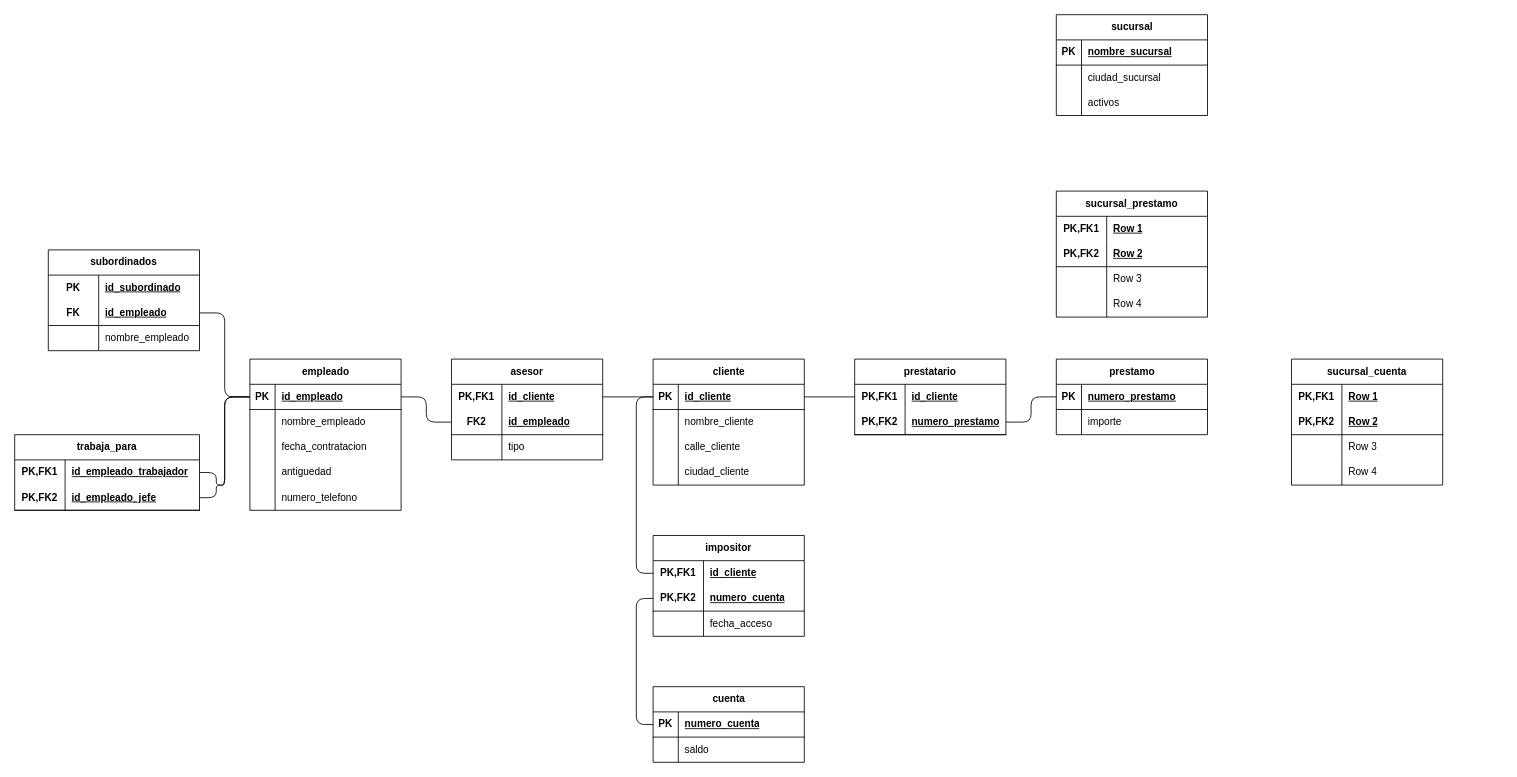
Above: Activity-Relational-Diagram.drawio in xmr-p/DatabaseCharts (draw.io), before the change. Source tidied: cells renumbered, new cells numbered last; positions are measured from the earlier drawing's top-left corner, leaving out a move shared by most shapes. Both pictures are drawn from the tidied source at 84%, with x=0, y=0 at pixel (14, 14).
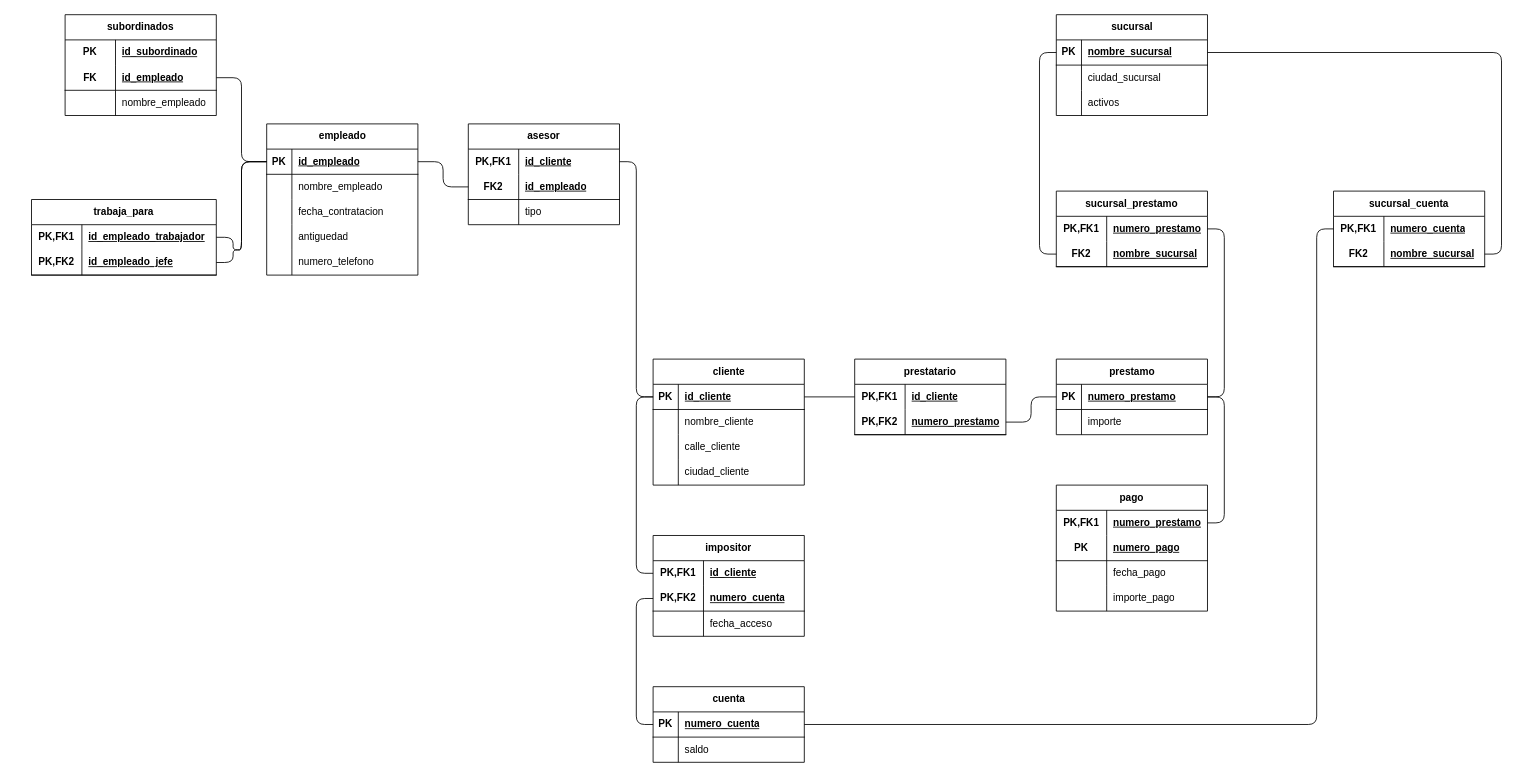
Above is the later version.

The change refers to these unchanged cells:
```xml
<mxCell id="16" style="shape=tableRow;horizontal=0;startSize=0;swimlaneHead=0;swimlaneBody=0;fillColor=none;points=[[0,0.5],[1,0.5]];portConstraint=eastwest;top=0;left=0;right=0;bottom=1;" parent="15" vertex="1">
  <mxGeometry y="30" width="180" height="30" as="geometry" />
</mxCell>
<mxCell id="40" style="shape=tableRow;horizontal=0;startSize=0;swimlaneHead=0;swimlaneBody=0;fillColor=none;points=[[0,0.5],[1,0.5]];portConstraint=eastwest;top=0;left=0;right=0;bottom=1;" parent="39" vertex="1">
  <mxGeometry y="30" width="180" height="30" as="geometry" />
</mxCell>
<mxCell id="66" style="shape=tableRow;horizontal=0;startSize=0;swimlaneHead=0;swimlaneBody=0;fillColor=none;points=[[0,0.5],[1,0.5]];portConstraint=eastwest;top=0;left=0;right=0;bottom=1;" parent="65" vertex="1">
  <mxGeometry y="30" width="180" height="30" as="geometry" />
</mxCell>
<mxCell id="73" style="shape=tableRow;horizontal=0;startSize=0;swimlaneHead=0;swimlaneBody=0;fillColor=none;points=[[0,0.5],[1,0.5]];portConstraint=eastwest;top=0;left=0;right=0;bottom=1;" parent="72" vertex="1">
  <mxGeometry y="30" width="180" height="30" as="geometry" />
</mxCell>
<mxCell id="83" style="shape=tableRow;horizontal=0;startSize=0;swimlaneHead=0;swimlaneBody=0;fillColor=none;points=[[0,0.5],[1,0.5]];portConstraint=eastwest;top=0;left=0;right=0;bottom=0;html=1;" parent="82" vertex="1">
  <mxGeometry y="30" width="180" height="30" as="geometry" />
</mxCell>
<mxCell id="86" style="shape=tableRow;horizontal=0;startSize=0;swimlaneHead=0;swimlaneBody=0;fillColor=none;points=[[0,0.5],[1,0.5]];portConstraint=eastwest;top=0;left=0;right=0;bottom=1;html=1;" parent="82" vertex="1">
  <mxGeometry y="60" width="180" height="30" as="geometry" />
</mxCell>
<mxCell id="96" style="shape=tableRow;horizontal=0;startSize=0;swimlaneHead=0;swimlaneBody=0;fillColor=none;points=[[0,0.5],[1,0.5]];portConstraint=eastwest;top=0;left=0;right=0;bottom=0;html=1;" parent="95" vertex="1">
  <mxGeometry y="30" width="180" height="30" as="geometry" />
</mxCell>
<mxCell id="99" style="shape=tableRow;horizontal=0;startSize=0;swimlaneHead=0;swimlaneBody=0;fillColor=none;points=[[0,0.5],[1,0.5]];portConstraint=eastwest;top=0;left=0;right=0;bottom=1;html=1;" parent="95" vertex="1">
  <mxGeometry y="60" width="180" height="30" as="geometry" />
</mxCell>
<mxCell id="110" style="shape=tableRow;horizontal=0;startSize=0;swimlaneHead=0;swimlaneBody=0;fillColor=none;points=[[0,0.5],[1,0.5]];portConstraint=eastwest;top=0;left=0;right=0;bottom=0;html=1;" parent="109" vertex="1">
  <mxGeometry y="30" width="220" height="30" as="geometry" />
</mxCell>
<mxCell id="113" style="shape=tableRow;horizontal=0;startSize=0;swimlaneHead=0;swimlaneBody=0;fillColor=none;points=[[0,0.5],[1,0.5]];portConstraint=eastwest;top=0;left=0;right=0;bottom=1;html=1;" parent="109" vertex="1">
  <mxGeometry y="60" width="220" height="30" as="geometry" />
</mxCell>
```

Change to the diagram source:
```diff
@@
     <mxCell id="29" value="asesor" style="shape=table;startSize=30;childLayout=tableLayout;rowLines=0;fontStyle=1;align=center;html=1;whiteSpace=wrap;" parent="1" vertex="1">
-      <mxGeometry x="520" y="410" width="180" height="120" as="geometry" />
+      <mxGeometry x="540" y="130" width="180" height="120" as="geometry" />
     </mxCell>
@@
     <mxCell id="39" value="empleado" style="shape=table;startSize=30;childLayout=tableLayout;rowLines=0;fontStyle=1;align=center;html=1;" parent="1" vertex="1">
-      <mxGeometry x="280" y="410" width="180" height="180" as="geometry" />
+      <mxGeometry x="300" y="130" width="180" height="180" as="geometry" />
     </mxCell>
@@
     <mxCell id="82" value="sucursal_prestamo" style="shape=table;startSize=30;childLayout=tableLayout;rowLines=0;fontStyle=1;align=center;html=1;whiteSpace=wrap;" parent="1" vertex="1">
-      <mxGeometry x="1240" y="210" width="180" height="150" as="geometry" />
+      <mxGeometry x="1240" y="210" width="180" height="90" as="geometry" />
     </mxCell>
@@
-    <mxCell id="85" value="Row 1" style="shape=partialRectangle;fillColor=none;top=0;left=0;bottom=0;right=0;align=left;spacingLeft=6;fontStyle=5;overflow=hidden;html=1;whiteSpace=wrap;" parent="83" vertex="1">
+    <mxCell id="85" value="numero_prestamo" style="shape=partialRectangle;fillColor=none;top=0;left=0;bottom=0;right=0;align=left;spacingLeft=6;fontStyle=5;overflow=hidden;html=1;whiteSpace=wrap;" parent="83" vertex="1">
       <mxGeometry x="60" width="120" height="30" as="geometry" />
     </mxCell>
@@
-    <mxCell id="87" value="PK,FK2" style="shape=partialRectangle;fillColor=none;top=0;left=0;bottom=0;right=0;fontStyle=1;overflow=hidden;html=1;whiteSpace=wrap;" parent="86" vertex="1">
+    <mxCell id="87" value="FK2" style="shape=partialRectangle;fillColor=none;top=0;left=0;bottom=0;right=0;fontStyle=1;overflow=hidden;html=1;whiteSpace=wrap;" parent="86" vertex="1">
       <mxGeometry width="60" height="30" as="geometry" />
     </mxCell>
-    <mxCell id="88" value="Row 2" style="shape=partialRectangle;fillColor=none;top=0;left=0;bottom=0;right=0;align=left;spacingLeft=6;fontStyle=5;overflow=hidden;html=1;whiteSpace=wrap;" parent="86" vertex="1">
+    <mxCell id="88" value="nombre_sucursal" style="shape=partialRectangle;fillColor=none;top=0;left=0;bottom=0;right=0;align=left;spacingLeft=6;fontStyle=5;overflow=hidden;html=1;whiteSpace=wrap;" parent="86" vertex="1">
       <mxGeometry x="60" width="120" height="30" as="geometry" />
     </mxCell>
-    <mxCell id="89" style="shape=tableRow;horizontal=0;startSize=0;swimlaneHead=0;swimlaneBody=0;fillColor=none;top=0;left=0;right=0;bottom=0;html=1;" parent="82" vertex="1">
-      <mxGeometry y="90" width="180" height="30" as="geometry" />
-    </mxCell>
-    <mxCell id="90" style="shape=partialRectangle;fillColor=none;top=0;left=0;bottom=0;right=0;overflow=hidden;html=1;whiteSpace=wrap;" parent="89" vertex="1">
-      <mxGeometry width="60" height="30" as="geometry" />
-    </mxCell>
-    <mxCell id="91" value="Row 3" style="shape=partialRectangle;fillColor=none;top=0;left=0;bottom=0;right=0;align=left;spacingLeft=6;overflow=hidden;html=1;whiteSpace=wrap;" parent="89" vertex="1">
-      <mxGeometry x="60" width="120" height="30" as="geometry" />
-    </mxCell>
-    <mxCell id="92" style="shape=tableRow;horizontal=0;startSize=0;swimlaneHead=0;swimlaneBody=0;fillColor=none;top=0;left=0;right=0;bottom=0;html=1;" parent="82" vertex="1">
-      <mxGeometry y="120" width="180" height="30" as="geometry" />
-    </mxCell>
-    <mxCell id="93" style="shape=partialRectangle;fillColor=none;top=0;left=0;bottom=0;right=0;overflow=hidden;html=1;whiteSpace=wrap;" parent="92" vertex="1">
-      <mxGeometry width="60" height="30" as="geometry" />
-    </mxCell>
-    <mxCell id="94" value="Row 4" style="shape=partialRectangle;fillColor=none;top=0;left=0;bottom=0;right=0;align=left;spacingLeft=6;overflow=hidden;html=1;whiteSpace=wrap;" parent="92" vertex="1">
-      <mxGeometry x="60" width="120" height="30" as="geometry" />
-    </mxCell>
     <mxCell id="95" value="sucursal_cuenta" style="shape=table;startSize=30;childLayout=tableLayout;rowLines=0;fontStyle=1;align=center;html=1;whiteSpace=wrap;" parent="1" vertex="1">
-      <mxGeometry x="1520" y="410" width="180" height="150" as="geometry" />
+      <mxGeometry x="1570" y="210" width="180" height="90" as="geometry" />
     </mxCell>
@@
-    <mxCell id="98" value="Row 1" style="shape=partialRectangle;fillColor=none;top=0;left=0;bottom=0;right=0;align=left;spacingLeft=6;fontStyle=5;overflow=hidden;html=1;whiteSpace=wrap;" parent="96" vertex="1">
+    <mxCell id="98" value="numero_cuenta" style="shape=partialRectangle;fillColor=none;top=0;left=0;bottom=0;right=0;align=left;spacingLeft=6;fontStyle=5;overflow=hidden;html=1;whiteSpace=wrap;" parent="96" vertex="1">
       <mxGeometry x="60" width="120" height="30" as="geometry" />
     </mxCell>
@@
-    <mxCell id="100" value="PK,FK2" style="shape=partialRectangle;fillColor=none;top=0;left=0;bottom=0;right=0;fontStyle=1;overflow=hidden;html=1;whiteSpace=wrap;" parent="99" vertex="1">
+    <mxCell id="100" value="FK2" style="shape=partialRectangle;fillColor=none;top=0;left=0;bottom=0;right=0;fontStyle=1;overflow=hidden;html=1;whiteSpace=wrap;" parent="99" vertex="1">
       <mxGeometry width="60" height="30" as="geometry" />
     </mxCell>
-    <mxCell id="101" value="Row 2" style="shape=partialRectangle;fillColor=none;top=0;left=0;bottom=0;right=0;align=left;spacingLeft=6;fontStyle=5;overflow=hidden;html=1;whiteSpace=wrap;" parent="99" vertex="1">
+    <mxCell id="101" value="nombre_sucursal" style="shape=partialRectangle;fillColor=none;top=0;left=0;bottom=0;right=0;align=left;spacingLeft=6;fontStyle=5;overflow=hidden;html=1;whiteSpace=wrap;" parent="99" vertex="1">
       <mxGeometry x="60" width="120" height="30" as="geometry" />
     </mxCell>
-    <mxCell id="102" style="shape=tableRow;horizontal=0;startSize=0;swimlaneHead=0;swimlaneBody=0;fillColor=none;top=0;left=0;right=0;bottom=0;html=1;" parent="95" vertex="1">
-      <mxGeometry y="90" width="180" height="30" as="geometry" />
-    </mxCell>
-    <mxCell id="103" style="shape=partialRectangle;fillColor=none;top=0;left=0;bottom=0;right=0;overflow=hidden;html=1;whiteSpace=wrap;" parent="102" vertex="1">
-      <mxGeometry width="60" height="30" as="geometry" />
-    </mxCell>
-    <mxCell id="104" value="Row 3" style="shape=partialRectangle;fillColor=none;top=0;left=0;bottom=0;right=0;align=left;spacingLeft=6;overflow=hidden;html=1;whiteSpace=wrap;" parent="102" vertex="1">
-      <mxGeometry x="60" width="120" height="30" as="geometry" />
-    </mxCell>
-    <mxCell id="105" style="shape=tableRow;horizontal=0;startSize=0;swimlaneHead=0;swimlaneBody=0;fillColor=none;top=0;left=0;right=0;bottom=0;html=1;" parent="95" vertex="1">
-      <mxGeometry y="120" width="180" height="30" as="geometry" />
-    </mxCell>
-    <mxCell id="106" style="shape=partialRectangle;fillColor=none;top=0;left=0;bottom=0;right=0;overflow=hidden;html=1;whiteSpace=wrap;" parent="105" vertex="1">
-      <mxGeometry width="60" height="30" as="geometry" />
-    </mxCell>
-    <mxCell id="107" value="Row 4" style="shape=partialRectangle;fillColor=none;top=0;left=0;bottom=0;right=0;align=left;spacingLeft=6;overflow=hidden;html=1;whiteSpace=wrap;" parent="105" vertex="1">
-      <mxGeometry x="60" width="120" height="30" as="geometry" />
-    </mxCell>
@@
     <mxCell id="109" value="trabaja_para" style="shape=table;startSize=30;childLayout=tableLayout;rowLines=0;fontStyle=1;align=center;html=1;whiteSpace=wrap;" parent="1" vertex="1">
-      <mxGeometry y="500" width="220" height="90" as="geometry" />
+      <mxGeometry x="20" y="220" width="220" height="90" as="geometry" />
     </mxCell>
@@
     <mxCell id="116" style="edgeStyle=orthogonalEdgeStyle;rounded=1;jettySize=auto;html=1;entryX=0;entryY=0.5;entryDx=0;entryDy=0;curved=0;endArrow=none;endFill=0;exitX=1;exitY=0.5;exitDx=0;exitDy=0;" parent="1" edge="1" source="113" target="40">
       <mxGeometry relative="1" as="geometry">
         <Array as="points">
-          <mxPoint x="240" y="575" />
-          <mxPoint x="240" y="560" />
-          <mxPoint x="250" y="560" />
-          <mxPoint x="250" y="455" />
+          <mxPoint x="260" y="295" />
+          <mxPoint x="260" y="280" />
+          <mxPoint x="270" y="280" />
+          <mxPoint x="270" y="175" />
         </Array>
       </mxGeometry>
     </mxCell>
     <mxCell id="117" value="subordinados" style="shape=table;startSize=30;childLayout=tableLayout;rowLines=0;fontStyle=1;align=center;html=1;whiteSpace=wrap;strokeColor=default;verticalAlign=middle;fontFamily=Helvetica;fontSize=12;fontColor=default;fillColor=none;" parent="1" vertex="1">
-      <mxGeometry x="40" y="280" width="180" height="120" as="geometry" />
+      <mxGeometry x="60" width="180" height="120" as="geometry" />
     </mxCell>
@@
     <mxCell id="133" style="edgeStyle=orthogonalEdgeStyle;rounded=1;jettySize=auto;html=1;entryX=0;entryY=0.5;entryDx=0;entryDy=0;fontFamily=Helvetica;fontSize=12;fontColor=default;curved=0;endArrow=none;endFill=0;exitX=1;exitY=0.5;exitDx=0;exitDy=0;" parent="1" edge="1" source="110" target="40">
       <mxGeometry relative="1" as="geometry">
         <Array as="points">
-          <mxPoint x="240" y="545" />
-          <mxPoint x="240" y="560" />
-          <mxPoint x="250" y="560" />
-          <mxPoint x="250" y="455" />
+          <mxPoint x="260" y="265" />
+          <mxPoint x="260" y="280" />
+          <mxPoint x="270" y="280" />
+          <mxPoint x="270" y="175" />
         </Array>
       </mxGeometry>
     </mxCell>
+    <mxCell id="134" style="edgeStyle=orthogonalEdgeStyle;rounded=1;jettySize=auto;html=1;exitX=1;exitY=0.5;exitDx=0;exitDy=0;entryX=0;entryY=0.5;entryDx=0;entryDy=0;fontFamily=Helvetica;fontSize=12;fontColor=default;curved=0;endArrow=none;endFill=0;" parent="1" edge="1" source="66" target="96">
+      <mxGeometry relative="1" as="geometry">
+        <Array as="points">
+          <mxPoint x="1550" y="845" />
+          <mxPoint x="1550" y="255" />
+        </Array>
+      </mxGeometry>
+    </mxCell>
+    <mxCell id="135" style="edgeStyle=orthogonalEdgeStyle;rounded=1;jettySize=auto;html=1;exitX=1;exitY=0.5;exitDx=0;exitDy=0;entryX=1;entryY=0.5;entryDx=0;entryDy=0;fontFamily=Helvetica;fontSize=12;fontColor=default;curved=0;endArrow=none;endFill=0;" parent="1" edge="1" source="99" target="73">
+      <mxGeometry relative="1" as="geometry" />
+    </mxCell>
+    <mxCell id="136" style="edgeStyle=orthogonalEdgeStyle;rounded=1;jettySize=auto;html=1;exitX=0;exitY=0.5;exitDx=0;exitDy=0;entryX=0;entryY=0.5;entryDx=0;entryDy=0;fontFamily=Helvetica;fontSize=12;fontColor=default;curved=0;endArrow=none;endFill=0;" parent="1" edge="1" source="86" target="73">
+      <mxGeometry relative="1" as="geometry" />
+    </mxCell>
+    <mxCell id="137" style="edgeStyle=orthogonalEdgeStyle;rounded=1;jettySize=auto;html=1;exitX=1;exitY=0.5;exitDx=0;exitDy=0;entryX=1;entryY=0.5;entryDx=0;entryDy=0;fontFamily=Helvetica;fontSize=12;fontColor=default;curved=0;endArrow=none;endFill=0;" parent="1" edge="1" source="83" target="16">
+      <mxGeometry relative="1" as="geometry" />
+    </mxCell>
+    <mxCell id="138" value="pago" style="shape=table;startSize=30;childLayout=tableLayout;rowLines=0;fontStyle=1;align=center;html=1;whiteSpace=wrap;strokeColor=default;verticalAlign=middle;fontFamily=Helvetica;fontSize=12;fontColor=default;fillColor=none;" parent="1" vertex="1">
+      <mxGeometry x="1240" y="560" width="180" height="150" as="geometry" />
+    </mxCell>
+    <mxCell id="139" style="shape=tableRow;horizontal=0;startSize=0;swimlaneHead=0;swimlaneBody=0;fillColor=none;points=[[0,0.5],[1,0.5]];portConstraint=eastwest;top=0;left=0;right=0;bottom=0;html=1;strokeColor=default;align=center;verticalAlign=middle;fontFamily=Helvetica;fontSize=12;fontColor=default;" parent="138" vertex="1">
+      <mxGeometry y="30" width="180" height="30" as="geometry" />
+    </mxCell>
+    <mxCell id="140" value="PK,FK1" style="shape=partialRectangle;fillColor=none;top=0;left=0;bottom=0;right=0;fontStyle=1;overflow=hidden;html=1;whiteSpace=wrap;strokeColor=default;align=center;verticalAlign=middle;fontFamily=Helvetica;fontSize=12;fontColor=default;" parent="139" vertex="1">
+      <mxGeometry width="60" height="30" as="geometry" />
+    </mxCell>
+    <mxCell id="141" value="numero_prestamo" style="shape=partialRectangle;fillColor=none;top=0;left=0;bottom=0;right=0;align=left;spacingLeft=6;fontStyle=5;overflow=hidden;html=1;whiteSpace=wrap;strokeColor=default;verticalAlign=middle;fontFamily=Helvetica;fontSize=12;fontColor=default;" parent="139" vertex="1">
+      <mxGeometry x="60" width="120" height="30" as="geometry" />
+    </mxCell>
+    <mxCell id="142" style="shape=tableRow;horizontal=0;startSize=0;swimlaneHead=0;swimlaneBody=0;fillColor=none;top=0;left=0;right=0;bottom=1;html=1;strokeColor=default;align=center;verticalAlign=middle;fontFamily=Helvetica;fontSize=12;fontColor=default;" parent="138" vertex="1">
+      <mxGeometry y="60" width="180" height="30" as="geometry" />
+    </mxCell>
+    <mxCell id="143" value="PK" style="shape=partialRectangle;fillColor=none;top=0;left=0;bottom=0;right=0;fontStyle=1;overflow=hidden;html=1;whiteSpace=wrap;strokeColor=default;align=center;verticalAlign=middle;fontFamily=Helvetica;fontSize=12;fontColor=default;" parent="142" vertex="1">
+      <mxGeometry width="60" height="30" as="geometry" />
+    </mxCell>
+    <mxCell id="144" value="numero_pago" style="shape=partialRectangle;fillColor=none;top=0;left=0;bottom=0;right=0;align=left;spacingLeft=6;fontStyle=5;overflow=hidden;html=1;whiteSpace=wrap;strokeColor=default;verticalAlign=middle;fontFamily=Helvetica;fontSize=12;fontColor=default;" parent="142" vertex="1">
+      <mxGeometry x="60" width="120" height="30" as="geometry" />
+    </mxCell>
+    <mxCell id="145" style="shape=tableRow;horizontal=0;startSize=0;swimlaneHead=0;swimlaneBody=0;fillColor=none;top=0;left=0;right=0;bottom=0;html=1;strokeColor=default;align=center;verticalAlign=middle;fontFamily=Helvetica;fontSize=12;fontColor=default;" parent="138" vertex="1">
+      <mxGeometry y="90" width="180" height="30" as="geometry" />
+    </mxCell>
+    <mxCell id="146" style="shape=partialRectangle;fillColor=none;top=0;left=0;bottom=0;right=0;overflow=hidden;html=1;whiteSpace=wrap;strokeColor=default;align=center;verticalAlign=middle;fontFamily=Helvetica;fontSize=12;fontColor=default;" parent="145" vertex="1">
+      <mxGeometry width="60" height="30" as="geometry" />
+    </mxCell>
+    <mxCell id="147" value="fecha_pago" style="shape=partialRectangle;fillColor=none;top=0;left=0;bottom=0;right=0;align=left;spacingLeft=6;overflow=hidden;html=1;whiteSpace=wrap;strokeColor=default;verticalAlign=middle;fontFamily=Helvetica;fontSize=12;fontColor=default;" parent="145" vertex="1">
+      <mxGeometry x="60" width="120" height="30" as="geometry" />
+    </mxCell>
+    <mxCell id="148" style="shape=tableRow;horizontal=0;startSize=0;swimlaneHead=0;swimlaneBody=0;fillColor=none;top=0;left=0;right=0;bottom=0;html=1;strokeColor=default;align=center;verticalAlign=middle;fontFamily=Helvetica;fontSize=12;fontColor=default;" parent="138" vertex="1">
+      <mxGeometry y="120" width="180" height="30" as="geometry" />
+    </mxCell>
+    <mxCell id="149" style="shape=partialRectangle;fillColor=none;top=0;left=0;bottom=0;right=0;overflow=hidden;html=1;whiteSpace=wrap;strokeColor=default;align=center;verticalAlign=middle;fontFamily=Helvetica;fontSize=12;fontColor=default;" parent="148" vertex="1">
+      <mxGeometry width="60" height="30" as="geometry" />
+    </mxCell>
+    <mxCell id="150" value="importe_pago" style="shape=partialRectangle;fillColor=none;top=0;left=0;bottom=0;right=0;align=left;spacingLeft=6;overflow=hidden;html=1;whiteSpace=wrap;strokeColor=default;verticalAlign=middle;fontFamily=Helvetica;fontSize=12;fontColor=default;" parent="148" vertex="1">
+      <mxGeometry x="60" width="120" height="30" as="geometry" />
+    </mxCell>
+    <mxCell id="151" style="edgeStyle=orthogonalEdgeStyle;rounded=1;jettySize=auto;html=1;exitX=1;exitY=0.5;exitDx=0;exitDy=0;entryX=1;entryY=0.5;entryDx=0;entryDy=0;fontFamily=Helvetica;fontSize=12;fontColor=default;curved=0;endArrow=none;endFill=0;" parent="1" edge="1" source="16" target="139">
+      <mxGeometry relative="1" as="geometry" />
+    </mxCell>
```
